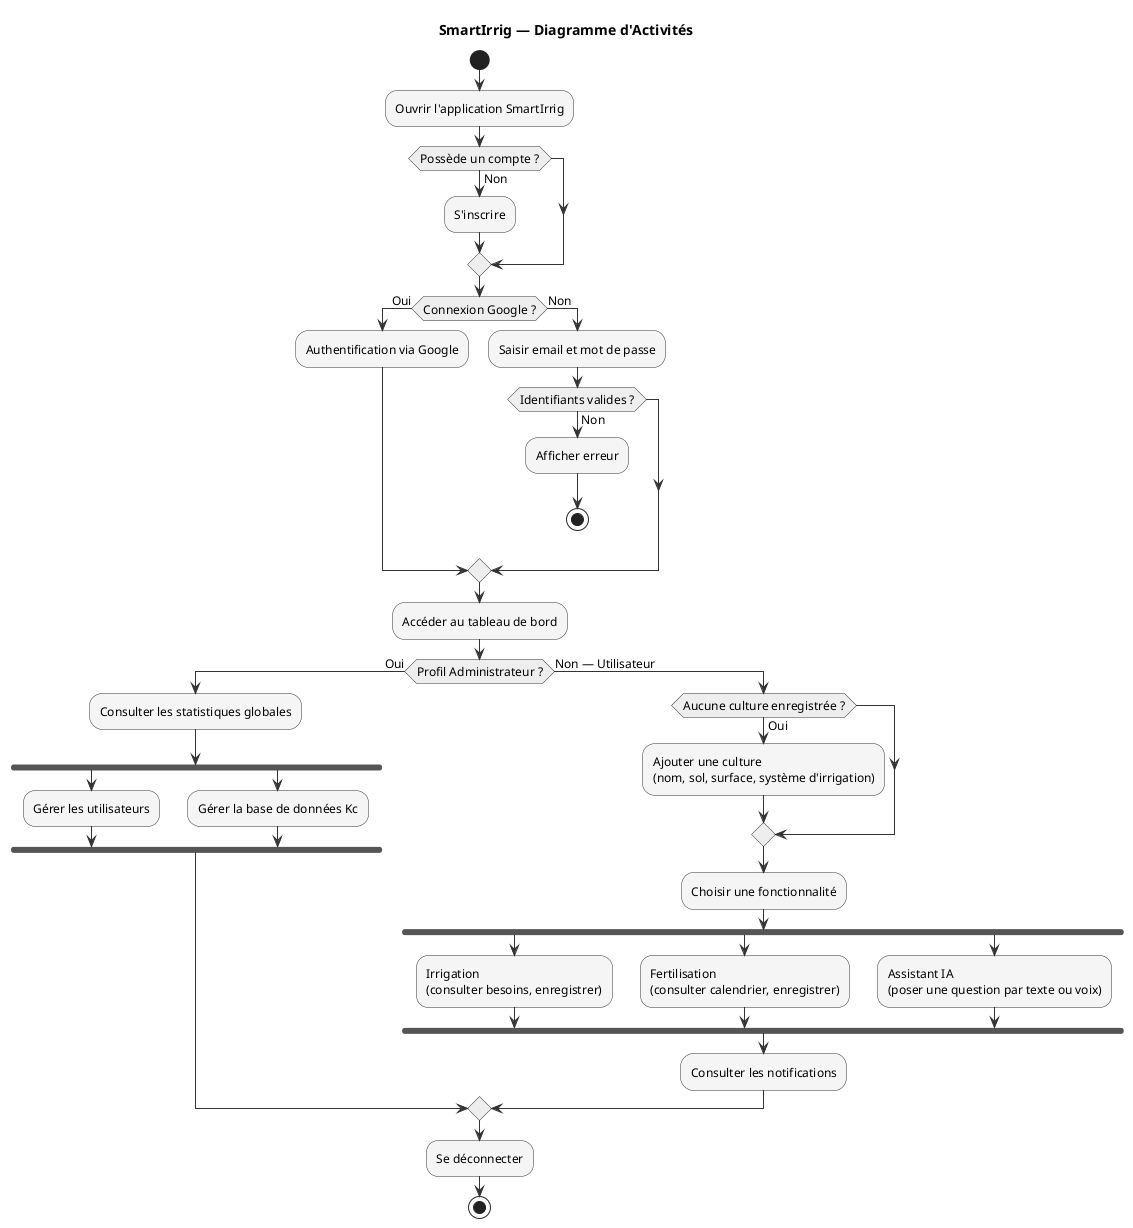
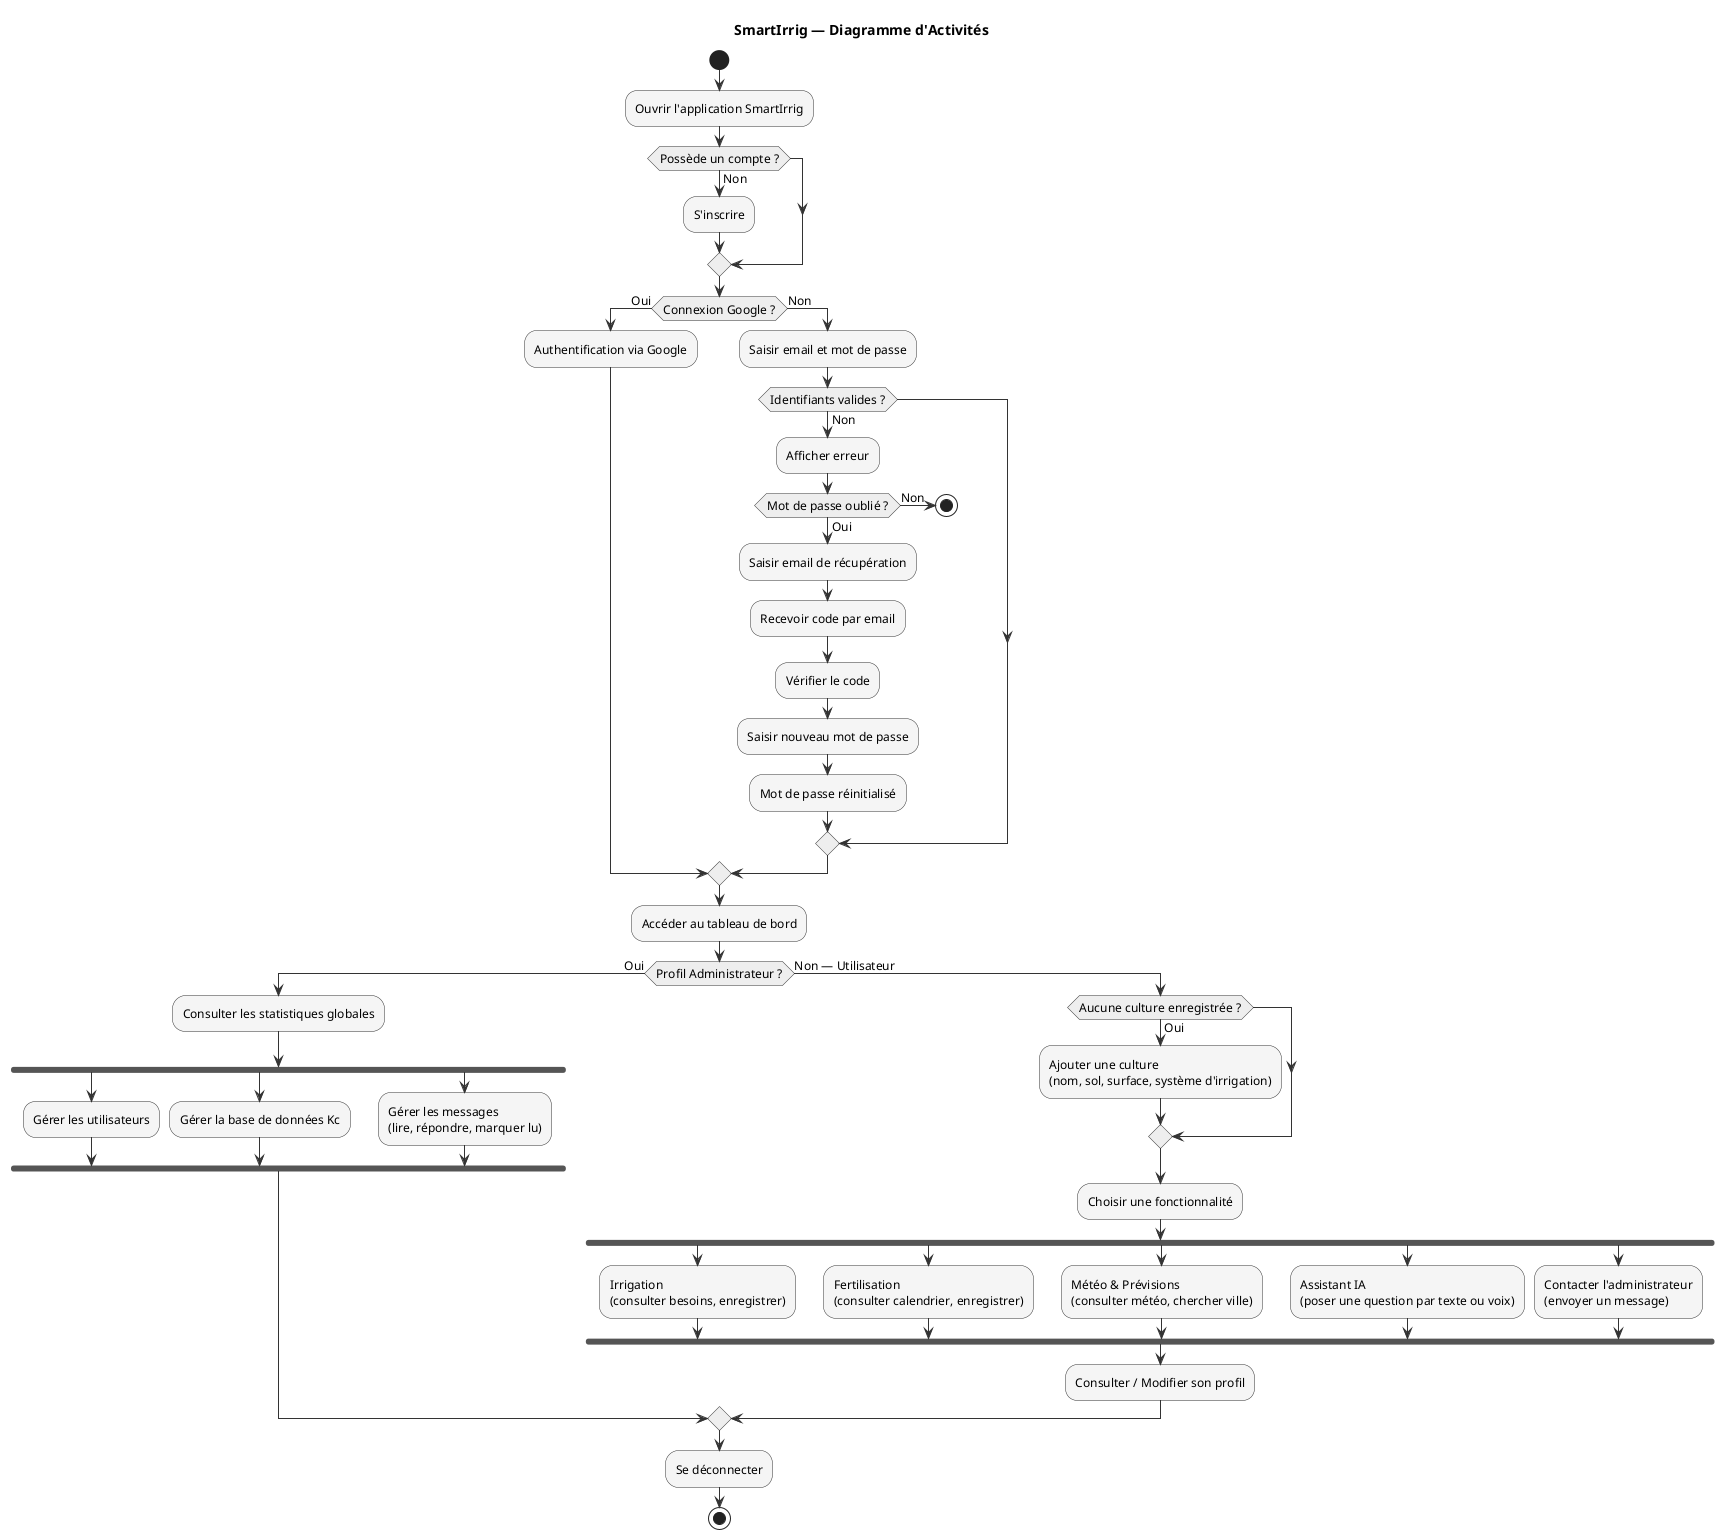
@startuml SmartIrrig_Activite

skinparam monochrome true
skinparam shadowing false
skinparam defaultFontName Arial
skinparam defaultFontSize 12
skinparam ArrowColor #333333
skinparam ActivityBorderColor #333333
skinparam ActivityBackgroundColor #f5f5f5
skinparam ActivityDiamondBackgroundColor #eeeeee

title SmartIrrig — Diagramme d'Activités

start

:Ouvrir l'application SmartIrrig;

if (Possède un compte ?) then (Non)
  :S'inscrire;
endif

if (Connexion Google ?) then (Oui)
  :Authentification via Google;
else (Non)
  :Saisir email et mot de passe;
  if (Identifiants valides ?) then (Non)
    :Afficher erreur;
-     stop
+     if (Mot de passe oublié ?) then (Oui)
+       :Saisir email de récupération;
+       :Recevoir code par email;
+       :Vérifier le code;
+       :Saisir nouveau mot de passe;
+       :Mot de passe réinitialisé;
+     else (Non)
+       stop
+     endif
  endif
endif

:Accéder au tableau de bord;

if (Profil Administrateur ?) then (Oui)

  :Consulter les statistiques globales;

  fork
    :Gérer les utilisateurs;
  fork again
    :Gérer la base de données Kc;
+   fork again
+     :Gérer les messages\n(lire, répondre, marquer lu);
  end fork

else (Non — Utilisateur)

  if (Aucune culture enregistrée ?) then (Oui)
    :Ajouter une culture\n(nom, sol, surface, système d'irrigation);
  endif

  :Choisir une fonctionnalité;

  fork
    :Irrigation\n(consulter besoins, enregistrer);
  fork again
    :Fertilisation\n(consulter calendrier, enregistrer);
  fork again
+     :Météo & Prévisions\n(consulter météo, chercher ville);
+   fork again
    :Assistant IA\n(poser une question par texte ou voix);
+   fork again
+     :Contacter l'administrateur\n(envoyer un message);
  end fork

-   :Consulter les notifications;
+   :Consulter / Modifier son profil;

endif

:Se déconnecter;

stop

@enduml
